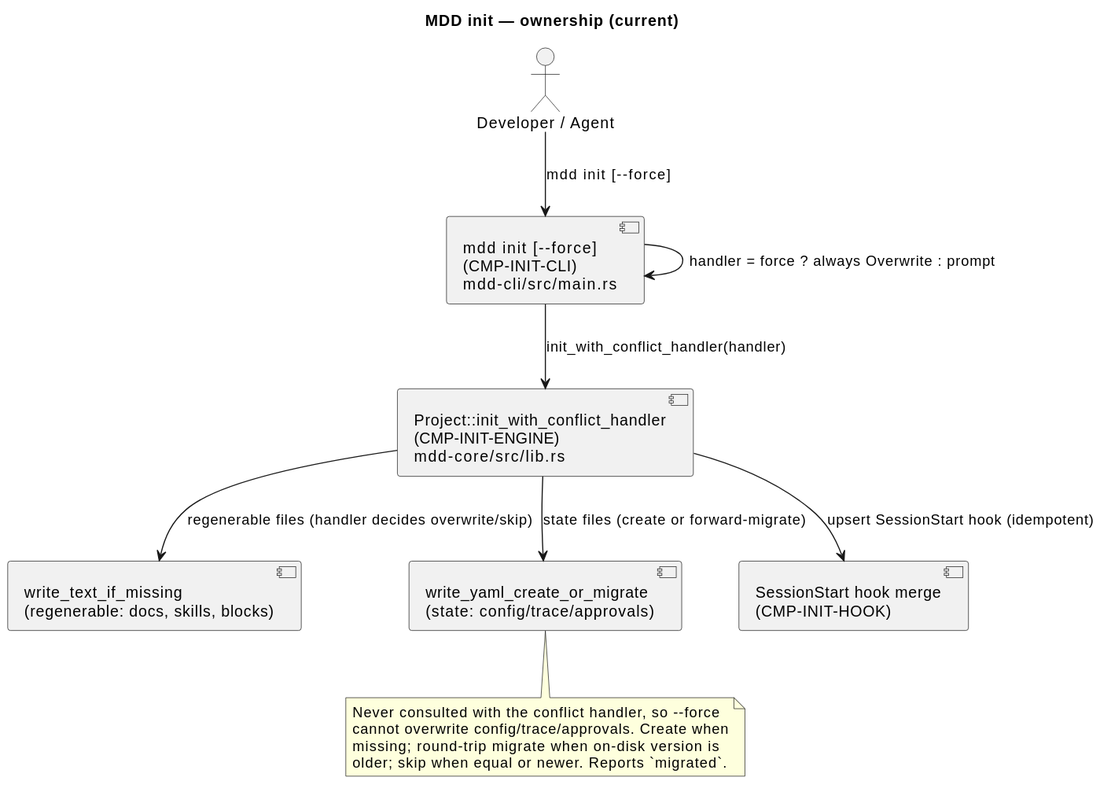
Above: .mdd/rendered/models/current/components/init-scaffold.svg in cthadeufaria/model-driven-development (PlantUML), before the change.
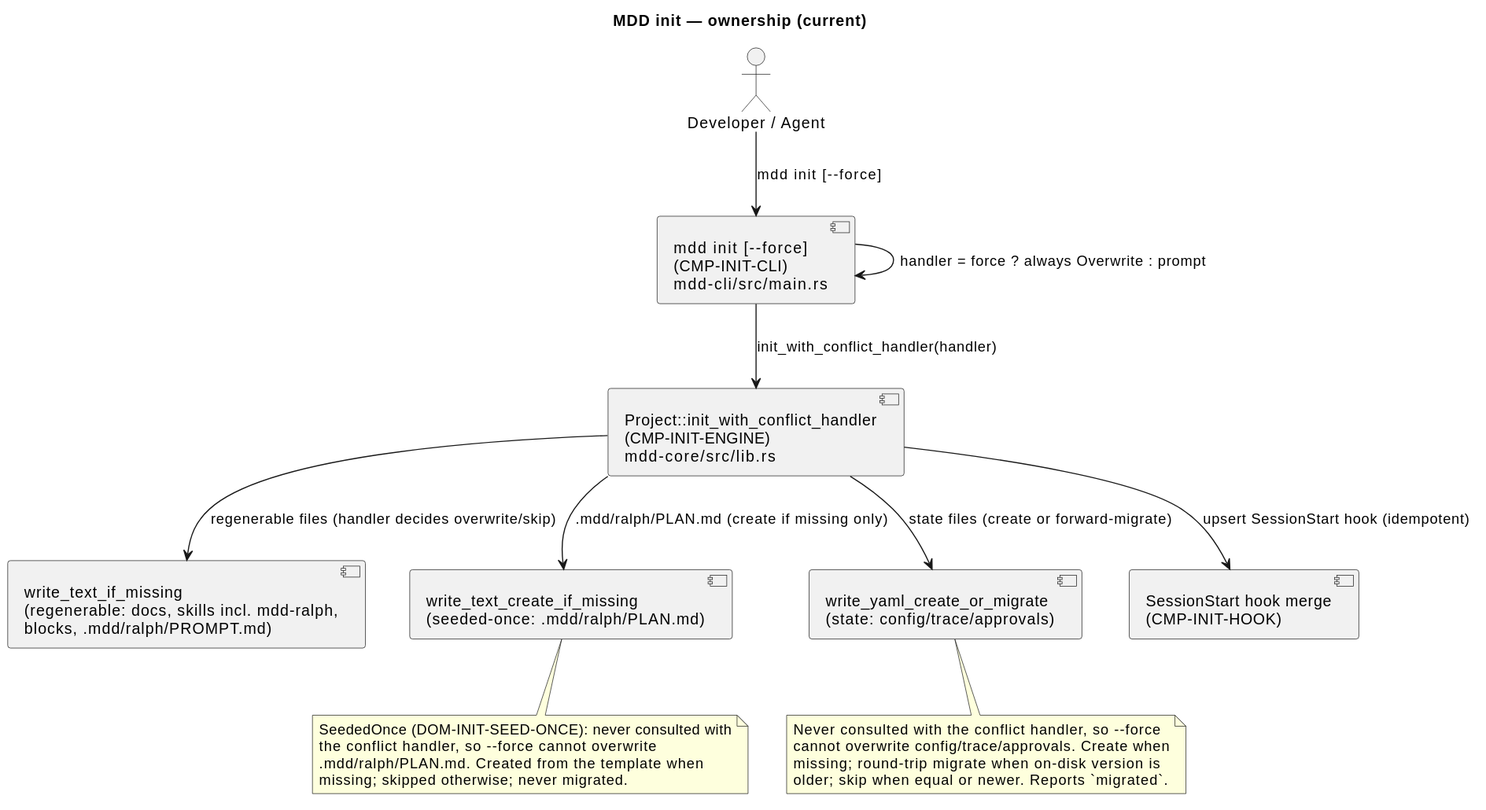
The same file after the commit.

What changed in the source:
```diff
@@ -5,7 +5,8 @@
 
 component "mdd init [--force]\n(CMP-INIT-CLI)\nmdd-cli/src/main.rs" as Cli
 component "Project::init_with_conflict_handler\n(CMP-INIT-ENGINE)\nmdd-core/src/lib.rs" as Engine
-component "write_text_if_missing\n(regenerable: docs, skills, blocks)" as Text
+component "write_text_if_missing\n(regenerable: docs, skills incl. mdd-ralph,\nblocks, .mdd/ralph/PROMPT.md)" as Text
+component "write_text_create_if_missing\n(seeded-once: .mdd/ralph/PLAN.md)" as Seed
 component "write_yaml_create_or_migrate\n(state: config/trace/approvals)" as Yaml
 component "SessionStart hook merge\n(CMP-INIT-HOOK)" as Hook
 
@@ -13,8 +14,16 @@
 Cli --> Engine : init_with_conflict_handler(handler)
 Cli --> Cli : handler = force ? always Overwrite : prompt
 Engine --> Text : regenerable files (handler decides overwrite/skip)
+Engine --> Seed : .mdd/ralph/PLAN.md (create if missing only)
 Engine --> Yaml : state files (create or forward-migrate)
 Engine --> Hook : upsert SessionStart hook (idempotent)
+
+note bottom of Seed
+  SeededOnce (DOM-INIT-SEED-ONCE): never consulted with
+  the conflict handler, so --force cannot overwrite
+  .mdd/ralph/PLAN.md. Created from the template when
+  missing; skipped otherwise; never migrated.
+end note
 
 note bottom of Yaml
   Never consulted with the conflict handler, so --force
```
